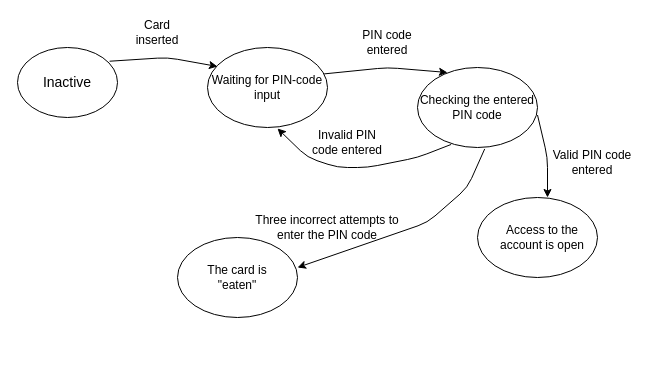
DarkRav/CuttingImg keeps this draw.io diagram as Untitled Diagram.drawio. Above is the earlier version. Source tidied: cells renumbered, new cells numbered last; positions are measured from the earlier drawing's top-left corner, leaving out a move shared by most shapes. Both pictures are drawn from the tidied source at 100%, with x=0, y=0 at pixel (17, 17).
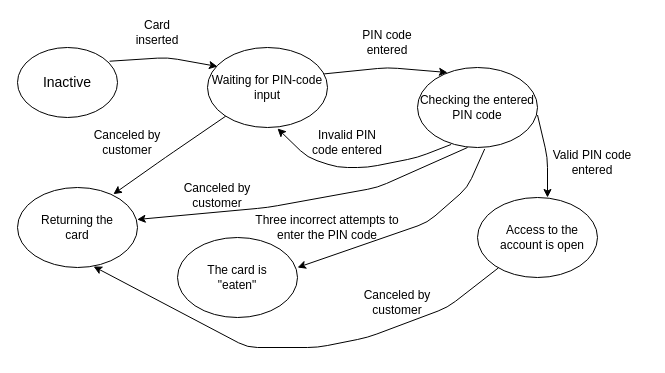
After the change.

The change refers to these unchanged cells:
```xml
<mxCell id="6" style="ellipse;whiteSpace=wrap;html=1;" parent="1" vertex="1">
  <mxGeometry x="190" y="30" width="120" height="80" as="geometry" />
</mxCell>
<mxCell id="9" style="ellipse;whiteSpace=wrap;html=1;" parent="1" vertex="1">
  <mxGeometry x="400" y="50" width="120" height="80" as="geometry" />
</mxCell>
<mxCell id="12" style="ellipse;whiteSpace=wrap;html=1;" parent="1" vertex="1">
  <mxGeometry x="460" y="180" width="120" height="80" as="geometry" />
</mxCell>
```

The edit, as a diff of the source:
```diff
@@
+    <mxCell id="22" style="ellipse;whiteSpace=wrap;html=1;" parent="1" vertex="1">
+      <mxGeometry y="170" width="120" height="80" as="geometry" />
+    </mxCell>
+    <mxCell id="23" value="Returning the card" style="text;html=1;strokeColor=none;fillColor=none;align=center;verticalAlign=middle;whiteSpace=wrap;rounded=0;" parent="1" vertex="1">
+      <mxGeometry x="20" y="192.5" width="80" height="35" as="geometry" />
+    </mxCell>
+    <mxCell id="24" style="endArrow=classic;html=1;entryX=0.799;entryY=0.083;entryDx=0;entryDy=0;entryPerimeter=0;" parent="1" edge="1" source="6" target="22">
+      <mxGeometry relative="1" as="geometry">
+        <Array as="points">
+          <mxPoint x="147.9" y="140" />
+        </Array>
+      </mxGeometry>
+    </mxCell>
+    <mxCell id="25" value="Canceled by customer" style="text;html=1;strokeColor=none;fillColor=none;align=center;verticalAlign=middle;whiteSpace=wrap;rounded=0;" parent="1" vertex="1">
+      <mxGeometry x="70" y="110" width="80" height="30" as="geometry" />
+    </mxCell>
+    <mxCell id="26" value="Canceled by customer" style="text;html=1;strokeColor=none;fillColor=none;align=center;verticalAlign=middle;whiteSpace=wrap;rounded=0;" parent="1" vertex="1">
+      <mxGeometry x="340" y="270" width="80" height="30" as="geometry" />
+    </mxCell>
+    <mxCell id="27" value="Canceled by customer" style="text;html=1;strokeColor=none;fillColor=none;align=center;verticalAlign=middle;whiteSpace=wrap;rounded=0;" parent="1" vertex="1">
+      <mxGeometry x="160" y="162.5" width="80" height="30" as="geometry" />
+    </mxCell>
+    <mxCell id="28" style="endArrow=classic;html=1;entryX=0.997;entryY=0.4;entryDx=0;entryDy=0;entryPerimeter=0;exitX=0.417;exitY=1;exitDx=0;exitDy=0;exitPerimeter=0;" parent="1" edge="1" source="9" target="22">
+      <mxGeometry relative="1" as="geometry">
+        <Array as="points">
+          <mxPoint x="360" y="170" />
+          <mxPoint x="250" y="190" />
+        </Array>
+      </mxGeometry>
+    </mxCell>
+    <mxCell id="29" style="endArrow=classic;html=1;entryX=0.634;entryY=0.987;entryDx=0;entryDy=0;entryPerimeter=0;" parent="1" edge="1" source="12" target="22">
+      <mxGeometry relative="1" as="geometry">
+        <Array as="points">
+          <mxPoint x="430" y="290" />
+          <mxPoint x="350" y="320" />
+          <mxPoint x="300" y="330" />
+          <mxPoint x="230" y="330" />
+        </Array>
+      </mxGeometry>
+    </mxCell>
```
